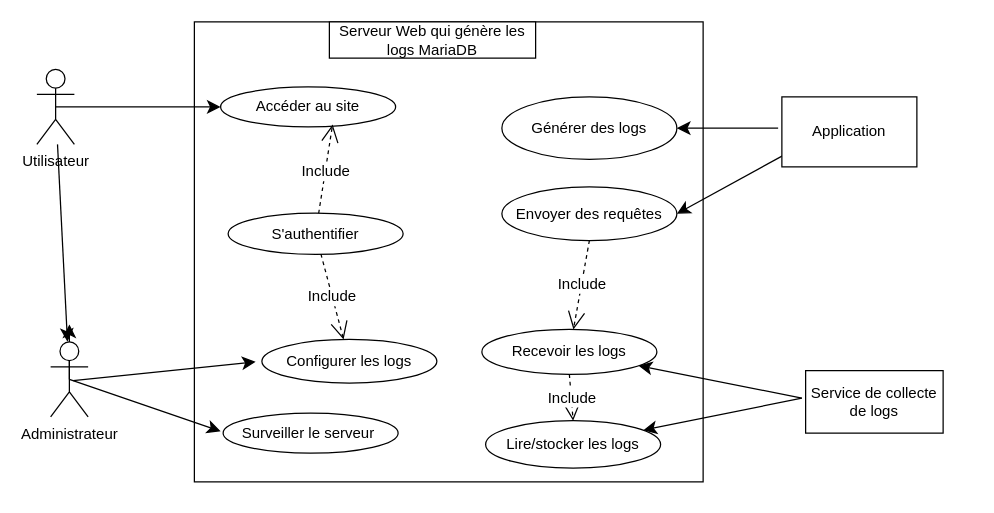
Above: UML/UseCasedrawio.drawio in Gimaxe/Projet-Syslog-AMRV (draw.io), before the change. Source tidied: cells renumbered, new cells numbered last; positions are measured from the earlier drawing's top-left corner, leaving out a move shared by most shapes. Both pictures are drawn from the tidied source at 125%, with x=0, y=0 at pixel (36, 21).
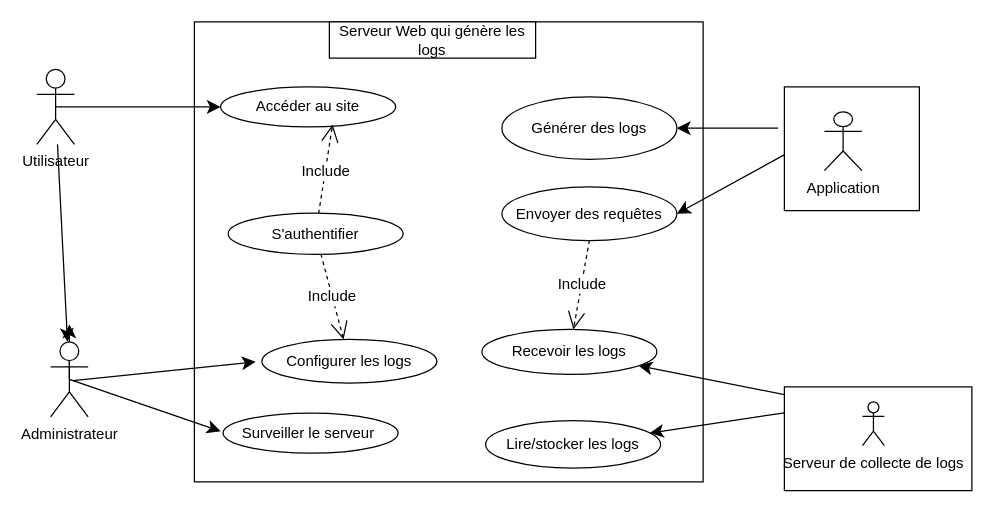
After the change.

Commit message (it also covers changes not shown here):
Ajout Diaggramme Usecase

The change refers to these unchanged cells:
```xml
<mxCell id="10" value="Recevoir les logs" style="ellipse;whiteSpace=wrap;html=1;" parent="1" vertex="1">
  <mxGeometry x="356" y="246" width="140" height="36" as="geometry" />
</mxCell>
<mxCell id="13" value="Lire/stocker les logs" style="ellipse;whiteSpace=wrap;html=1;" parent="1" vertex="1">
  <mxGeometry x="359" y="319" width="140" height="38" as="geometry" />
</mxCell>
```

The edit, as a diff of the source:
```diff
@@
-    <mxCell id="7" value="Serveur Web qui génère les logs MariaDB" style="html=1;whiteSpace=wrap;" parent="1" vertex="1">
+    <mxCell id="7" value="Serveur Web qui génère les logs" style="html=1;whiteSpace=wrap;" parent="1" vertex="1">
       <mxGeometry x="234" width="165" height="29" as="geometry" />
     </mxCell>
@@
-    <mxCell id="14" style="edgeStyle=none;curved=1;rounded=0;jettySize=auto;html=1;exitX=0.5;exitY=0.5;exitDx=0;exitDy=0;exitPerimeter=0;fontSize=12;startSize=8;endSize=8;" parent="1" edge="1" target="13">
-      <mxGeometry relative="1" as="geometry">
-        <mxPoint x="612" y="301" as="sourcePoint" />
-      </mxGeometry>
+    <mxCell id="14" style="edgeStyle=none;curved=1;rounded=0;jettySize=auto;html=1;exitX=0;exitY=0.25;exitDx=0;exitDy=0;fontSize=12;startSize=8;endSize=8;" parent="1" edge="1" source="23" target="13">
+      <mxGeometry relative="1" as="geometry" />
     </mxCell>
@@
-    <mxCell id="22" value="Application" style="html=1;whiteSpace=wrap;" parent="1" vertex="1">
-      <mxGeometry x="596" y="60" width="108" height="56" as="geometry" />
+    <mxCell id="22" style="html=1;whiteSpace=wrap;" parent="1" vertex="1">
+      <mxGeometry x="598" y="52" width="108" height="99" as="geometry" />
     </mxCell>
-    <mxCell id="23" value="Service de collecte de logs" style="html=1;whiteSpace=wrap;" parent="1" vertex="1">
-      <mxGeometry x="615" y="279" width="110" height="50" as="geometry" />
+    <mxCell id="23" style="html=1;whiteSpace=wrap;" parent="1" vertex="1">
+      <mxGeometry x="598" y="292" width="150" height="83" as="geometry" />
     </mxCell>
@@
-    <mxCell id="26" value="Include" style="endArrow=open;endSize=12;dashed=1;html=1;rounded=0;fontSize=12;curved=1;entryX=0.5;entryY=0;entryDx=0;entryDy=0;exitX=0.5;exitY=1;exitDx=0;exitDy=0;" parent="1" edge="1" source="10" target="13">
-      <mxGeometry relative="1" as="geometry" />
-    </mxCell>
@@
+    <mxCell id="29" value="Serveur de collecte de logs" style="shape=umlActor;verticalLabelPosition=bottom;verticalAlign=top;html=1;" parent="1" vertex="1">
+      <mxGeometry x="660.5" y="304" width="17.5" height="35" as="geometry" />
+    </mxCell>
+    <mxCell id="30" value="Application" style="shape=umlActor;verticalLabelPosition=bottom;verticalAlign=top;html=1;" parent="1" vertex="1">
+      <mxGeometry x="630" y="72" width="30" height="47" as="geometry" />
+    </mxCell>
```
